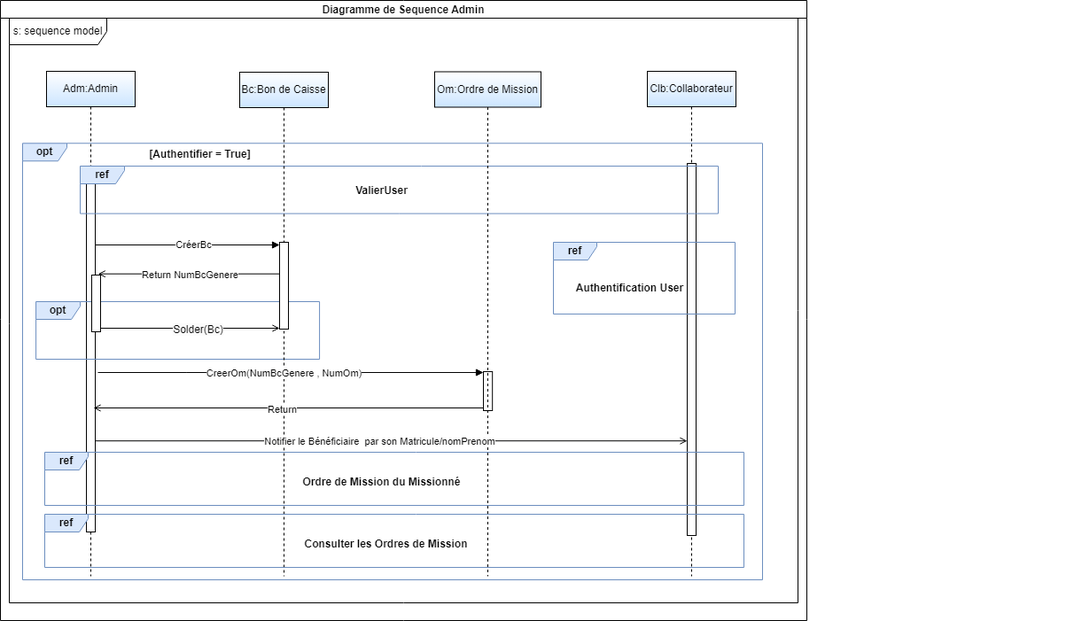
The draw.io diagram sequenceDiagramAdmin.drawio.png in BARIGOU-Imane/Gestion-des-Ordres-de-Mission, before a commit. Source tidied: cells renumbered, new cells last; positions are measured from the earlier drawing's top-left corner, leaving out a move shared by most shapes.
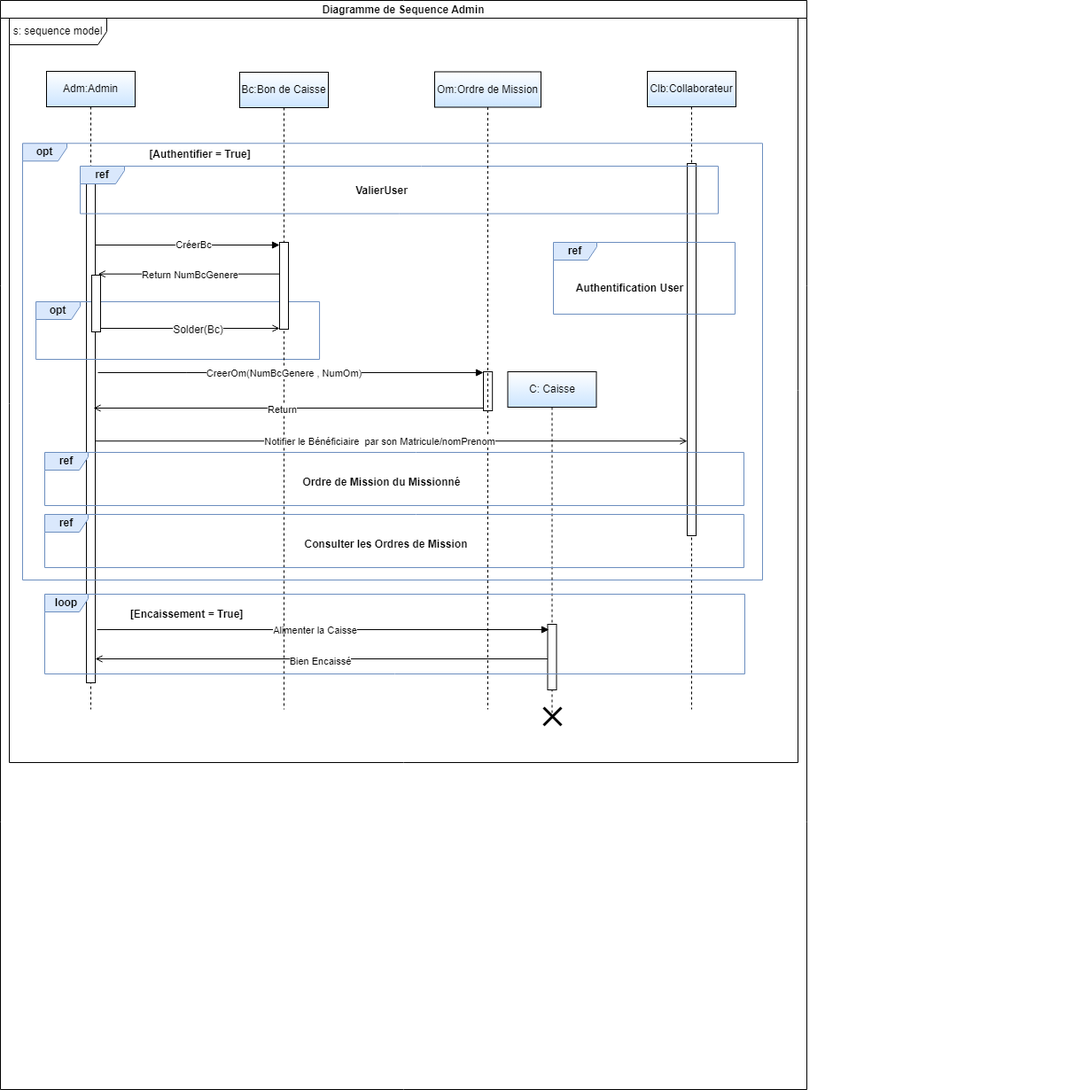
After the commit.

Change to the diagram source:
```diff
@@ -3,16 +3,16 @@
     <mxCell id="0" />
     <mxCell id="1" parent="0" />
     <mxCell id="2" value="Adm:Admin" style="shape=umlLifeline;perimeter=lifelinePerimeter;whiteSpace=wrap;html=1;newEdgeStyle={&quot;edgeStyle&quot;:&quot;elbowEdgeStyle&quot;,&quot;elbow&quot;:&quot;vertical&quot;,&quot;curved&quot;:0,&quot;rounded&quot;:0};fillColor=default;strokeColor=#000000;gradientColor=#CCE5FF;" parent="1" vertex="1">
-      <mxGeometry x="52" y="80" width="100" height="570" as="geometry" />
+      <mxGeometry x="52" y="80" width="100" height="720" as="geometry" />
     </mxCell>
     <mxCell id="3" style="html=1;points=[];perimeter=orthogonalPerimeter;outlineConnect=0;targetShapes=umlLifeline;portConstraint=eastwest;newEdgeStyle={&quot;edgeStyle&quot;:&quot;elbowEdgeStyle&quot;,&quot;elbow&quot;:&quot;vertical&quot;,&quot;curved&quot;:0,&quot;rounded&quot;:0};" parent="2" vertex="1">
-      <mxGeometry x="45" y="110" width="10" height="410" as="geometry" />
+      <mxGeometry x="45" y="110" width="10" height="580" as="geometry" />
     </mxCell>
     <mxCell id="4" value="Clb:Collaborateur" style="shape=umlLifeline;perimeter=lifelinePerimeter;whiteSpace=wrap;html=1;newEdgeStyle={&quot;edgeStyle&quot;:&quot;elbowEdgeStyle&quot;,&quot;elbow&quot;:&quot;vertical&quot;,&quot;curved&quot;:0,&quot;rounded&quot;:0};gradientColor=#CCE5FF;" parent="1" vertex="1">
-      <mxGeometry x="730" y="80" width="100" height="570" as="geometry" />
+      <mxGeometry x="730" y="80" width="100" height="720" as="geometry" />
     </mxCell>
     <mxCell id="5" style="group;fillColor=none;" parent="1" vertex="1">
-      <mxGeometry x="25" y="164" width="1195" height="490" as="geometry" />
+      <mxGeometry x="25" y="164" width="1195" height="824" as="geometry" />
     </mxCell>
     <mxCell id="6" value="&lt;b&gt;opt&lt;/b&gt;" style="shape=umlFrame;whiteSpace=wrap;html=1;width=50;height=20;fillColor=#dae8fc;strokeColor=#6c8ebf;" parent="5" vertex="1">
       <mxGeometry y="-2.7" width="835" height="492.7" as="geometry" />
@@ -64,14 +64,26 @@
     <mxCell id="21" value="&lt;b&gt;Consulter les Ordres de Mission&lt;/b&gt;" style="text;html=1;align=center;verticalAlign=middle;strokeColor=none;fillColor=none;" parent="5" vertex="1">
       <mxGeometry x="305" y="435" width="210" height="30" as="geometry" />
     </mxCell>
+    <mxCell id="38" value="C: Caisse" style="shape=umlLifeline;perimeter=lifelinePerimeter;whiteSpace=wrap;html=1;newEdgeStyle={&quot;edgeStyle&quot;:&quot;elbowEdgeStyle&quot;,&quot;elbow&quot;:&quot;vertical&quot;,&quot;curved&quot;:0,&quot;rounded&quot;:0};gradientColor=#CCE5FF;" parent="5" vertex="1">
+      <mxGeometry x="547.5" y="255" width="100" height="385" as="geometry" />
+    </mxCell>
+    <mxCell id="39" style="html=1;perimeter=orthogonalPerimeter;targetShapes=umlLifeline;newEdgeStyle={&quot;edgeStyle&quot;:&quot;elbowEdgeStyle&quot;,&quot;elbow&quot;:&quot;vertical&quot;,&quot;curved&quot;:0,&quot;rounded&quot;:0};" parent="5" vertex="1">
+      <mxGeometry x="592.5" y="540" width="10" height="74" as="geometry" />
+    </mxCell>
+    <mxCell id="40" value="Alimenter la Caisse" style="html=1;verticalAlign=bottom;endArrow=block;edgeStyle=elbowEdgeStyle;elbow=horizontal;curved=0;rounded=0;" parent="5" edge="1">
+      <mxGeometry x="-0.03" y="-10" relative="1" as="geometry">
+        <mxPoint x="84" y="546" as="sourcePoint" />
+        <mxPoint x="594" y="546" as="targetPoint" />
+      </mxGeometry>
+    </mxCell>
     <mxCell id="22" value="Bc:Bon de Caisse" style="shape=umlLifeline;perimeter=lifelinePerimeter;whiteSpace=wrap;html=1;newEdgeStyle={&quot;edgeStyle&quot;:&quot;elbowEdgeStyle&quot;,&quot;elbow&quot;:&quot;vertical&quot;,&quot;curved&quot;:0,&quot;rounded&quot;:0};gradientColor=#CCE5FF;" parent="1" vertex="1">
-      <mxGeometry x="270" y="81" width="100" height="569" as="geometry" />
+      <mxGeometry x="270" y="81" width="100" height="719" as="geometry" />
     </mxCell>
     <mxCell id="23" style="html=1;points=[];perimeter=orthogonalPerimeter;outlineConnect=0;targetShapes=umlLifeline;portConstraint=eastwest;newEdgeStyle={&quot;edgeStyle&quot;:&quot;elbowEdgeStyle&quot;,&quot;elbow&quot;:&quot;vertical&quot;,&quot;curved&quot;:0,&quot;rounded&quot;:0};" parent="22" vertex="1">
       <mxGeometry x="45" y="192" width="10" height="98" as="geometry" />
     </mxCell>
     <mxCell id="24" value="Om:Ordre de Mission" style="shape=umlLifeline;perimeter=lifelinePerimeter;whiteSpace=wrap;html=1;newEdgeStyle={&quot;edgeStyle&quot;:&quot;elbowEdgeStyle&quot;,&quot;elbow&quot;:&quot;vertical&quot;,&quot;curved&quot;:0,&quot;rounded&quot;:0};gradientColor=#CCE5FF;" parent="1" vertex="1">
-      <mxGeometry x="490" y="80.5" width="120" height="569.5" as="geometry" />
+      <mxGeometry x="490" y="80.5" width="120" height="719.5" as="geometry" />
     </mxCell>
     <mxCell id="25" style="endArrow=open;endFill=1;html=1;rounded=0;" parent="1" edge="1" target="15">
       <mxGeometry relative="1" as="geometry">
@@ -92,8 +104,11 @@
         </Array>
       </mxGeometry>
     </mxCell>
-    <mxCell id="28" style="endArrow=open;endFill=1;html=1;rounded=0;entryX=0.725;entryY=-0.021;entryDx=0;entryDy=0;entryPerimeter=0;" parent="1" edge="1" source="23" target="10">
-      <mxGeometry relative="1" as="geometry" />
+    <mxCell id="28" style="endArrow=open;endFill=1;html=1;rounded=0;entryX=0.725;entryY=-0.021;entryDx=0;entryDy=0;entryPerimeter=0;" parent="1" edge="1">
+      <mxGeometry relative="1" as="geometry">
+        <mxPoint x="315" y="308.7" as="sourcePoint" />
+        <mxPoint x="110.2" y="308.7" as="targetPoint" />
+      </mxGeometry>
     </mxCell>
     <mxCell id="29" value="Return NumBcGenere" style="edgeLabel;html=1;align=center;verticalAlign=middle;" parent="28" vertex="1">
       <mxGeometry x="0.07" relative="1" as="geometry">
@@ -122,13 +137,33 @@
       <mxGeometry x="50" y="510" width="789" height="60" as="geometry" />
     </mxCell>
     <mxCell id="35" value="Diagramme de Sequence Admin" style="swimlane;startSize=20;" parent="1" vertex="1">
-      <mxGeometry width="910" height="700" as="geometry" />
+      <mxGeometry width="910" height="1229" as="geometry" />
     </mxCell>
     <mxCell id="36" value="s: sequence model" style="shape=umlFrame;whiteSpace=wrap;html=1;width=110;height=30;" parent="35" vertex="1">
-      <mxGeometry x="10" y="20" width="890" height="660" as="geometry" />
+      <mxGeometry x="10" y="20" width="890" height="840" as="geometry" />
     </mxCell>
     <mxCell id="37" value="&lt;b&gt;ref&lt;/b&gt;" style="shape=umlFrame;whiteSpace=wrap;html=1;width=49;height=20;fillColor=#dae8fc;strokeColor=#6c8ebf;" parent="35" vertex="1">
       <mxGeometry x="50" y="580" width="789" height="60" as="geometry" />
     </mxCell>
+    <mxCell id="41" value="&lt;b&gt;loop&lt;/b&gt;" style="shape=umlFrame;whiteSpace=wrap;html=1;width=49;height=20;fillColor=#dae8fc;strokeColor=#6c8ebf;" parent="35" vertex="1">
+      <mxGeometry x="50" y="670" width="790" height="90" as="geometry" />
+    </mxCell>
+    <mxCell id="42" style="shape=umlDestroy;whiteSpace=wrap;html=1;strokeWidth=3;targetShapes=umlLifeline;" parent="35" vertex="1">
+      <mxGeometry x="613" y="798" width="20" height="20" as="geometry" />
+    </mxCell>
+    <mxCell id="43" value="&lt;b&gt;[Encaissement = True]&lt;/b&gt;" style="text;html=1;align=center;verticalAlign=middle;strokeColor=none;fillColor=none;" parent="1" vertex="1">
+      <mxGeometry x="135" y="678" width="150" height="30" as="geometry" />
+    </mxCell>
+    <mxCell id="44" style="endArrow=open;endFill=1;html=1;rounded=0;" parent="1" edge="1">
+      <mxGeometry relative="1" as="geometry">
+        <mxPoint x="617.5" y="743" as="sourcePoint" />
+        <mxPoint x="107" y="743" as="targetPoint" />
+      </mxGeometry>
+    </mxCell>
+    <mxCell id="45" value="Bien Encaissé" style="edgeLabel;html=1;align=center;verticalAlign=middle;" parent="44" vertex="1">
+      <mxGeometry x="0.06" y="2" relative="1" as="geometry">
+        <mxPoint x="14" as="offset" />
+      </mxGeometry>
+    </mxCell>
   </root>
 </mxGraphModel>
```
